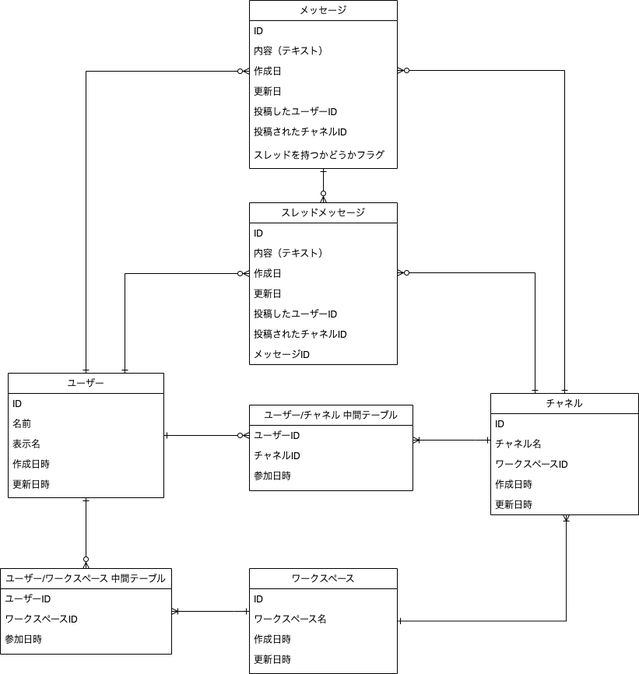
Above: db/db-modeling-2/DB2 Diagram.drawio.png in yuikoito/PrAhaChallenge (draw.io), before the change. Source tidied: cells renumbered, new cells last; positions are measured from the earlier drawing's top-left corner, leaving out a move shared by most shapes.
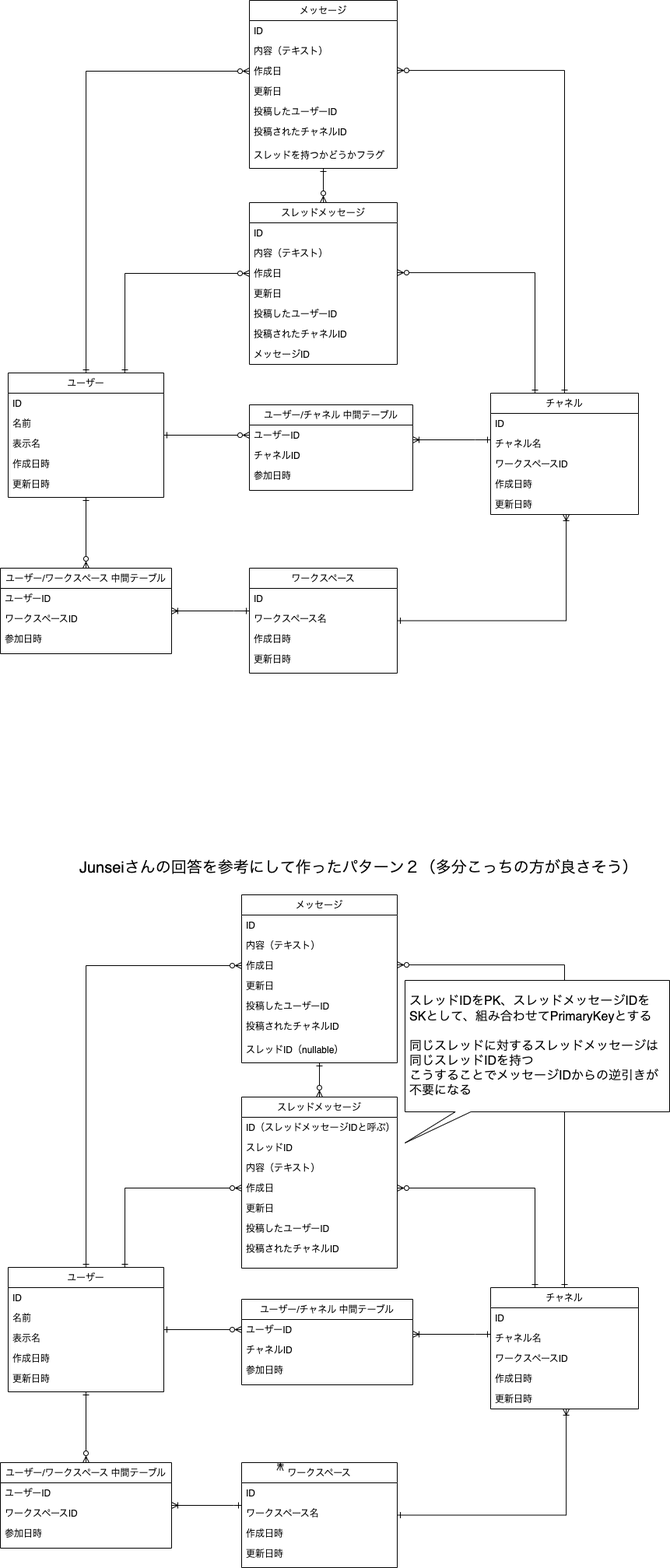
The same file after the commit.

Change to the diagram source:
```diff
@@ -177,5 +177,189 @@
     <mxCell id="52" value="参加日時" style="text;align=left;verticalAlign=top;spacingLeft=4;spacingRight=4;overflow=hidden;" parent="49" vertex="1">
       <mxGeometry y="78" width="220" height="26" as="geometry" />
     </mxCell>
+    <mxCell id="53" style="edgeStyle=orthogonalEdgeStyle;rounded=0;jettySize=auto;html=1;entryX=0;entryY=0.5;entryDx=0;entryDy=0;startArrow=ERone;startFill=0;endArrow=ERzeroToMany;endFill=0;" parent="1" edge="1" source="57" target="90">
+      <mxGeometry relative="1" as="geometry" />
+    </mxCell>
+    <mxCell id="54" style="edgeStyle=orthogonalEdgeStyle;rounded=0;jettySize=auto;html=1;entryX=0.5;entryY=0;entryDx=0;entryDy=0;startArrow=ERone;startFill=0;endArrow=ERzeroToMany;endFill=0;" parent="1" edge="1" source="57" target="100">
+      <mxGeometry relative="1" as="geometry" />
+    </mxCell>
+    <mxCell id="55" style="edgeStyle=orthogonalEdgeStyle;rounded=0;jettySize=auto;html=1;entryX=0;entryY=0.5;entryDx=0;entryDy=0;startArrow=ERone;startFill=0;endArrow=ERzeroToMany;endFill=0;" parent="1" edge="1" source="57" target="68">
+      <mxGeometry relative="1" as="geometry" />
+    </mxCell>
+    <mxCell id="56" style="edgeStyle=orthogonalEdgeStyle;rounded=0;jettySize=auto;html=1;exitX=0.75;exitY=0;exitDx=0;exitDy=0;entryX=0;entryY=0.5;entryDx=0;entryDy=0;startArrow=ERone;startFill=0;endArrow=ERzeroToMany;endFill=0;" parent="1" edge="1" source="57" target="78">
+      <mxGeometry relative="1" as="geometry" />
+    </mxCell>
+    <mxCell id="57" value="ユーザー" style="swimlane;fontStyle=0;align=center;verticalAlign=top;horizontal=1;startSize=26;rounded=0;shadow=0;strokeWidth=1;" parent="1" vertex="1">
+      <mxGeometry x="10" y="1629" width="200" height="160" as="geometry" />
+    </mxCell>
+    <mxCell id="58" value="ID" style="text;align=left;verticalAlign=top;spacingLeft=4;spacingRight=4;overflow=hidden;" parent="57" vertex="1">
+      <mxGeometry y="26" width="200" height="26" as="geometry" />
+    </mxCell>
+    <mxCell id="59" value="名前" style="text;align=left;verticalAlign=top;spacingLeft=4;spacingRight=4;overflow=hidden;rounded=0;shadow=0;html=0;" parent="57" vertex="1">
+      <mxGeometry y="52" width="200" height="26" as="geometry" />
+    </mxCell>
+    <mxCell id="60" value="表示名" style="text;align=left;verticalAlign=top;spacingLeft=4;spacingRight=4;overflow=hidden;rounded=0;shadow=0;html=0;" parent="57" vertex="1">
+      <mxGeometry y="78" width="200" height="26" as="geometry" />
+    </mxCell>
+    <mxCell id="61" value="作成日時&#10;" style="text;align=left;verticalAlign=top;spacingLeft=4;spacingRight=4;overflow=hidden;" parent="57" vertex="1">
+      <mxGeometry y="104" width="200" height="26" as="geometry" />
+    </mxCell>
+    <mxCell id="62" value="更新日時&#10;" style="text;align=left;verticalAlign=top;spacingLeft=4;spacingRight=4;overflow=hidden;" parent="57" vertex="1">
+      <mxGeometry y="130" width="200" height="26" as="geometry" />
+    </mxCell>
+    <mxCell id="63" style="edgeStyle=orthogonalEdgeStyle;rounded=0;jettySize=auto;html=1;entryX=0.5;entryY=0;entryDx=0;entryDy=0;startArrow=ERone;startFill=0;endArrow=ERzeroToMany;endFill=0;" parent="1" edge="1" source="65" target="74">
+      <mxGeometry relative="1" as="geometry" />
+    </mxCell>
+    <mxCell id="64" style="edgeStyle=orthogonalEdgeStyle;rounded=0;jettySize=auto;html=1;startArrow=ERzeroToMany;startFill=0;endArrow=ERone;endFill=0;" parent="1" edge="1" source="65" target="83">
+      <mxGeometry relative="1" as="geometry">
+        <Array as="points">
+          <mxPoint x="725" y="1240" />
+        </Array>
+      </mxGeometry>
+    </mxCell>
+    <mxCell id="65" value="メッセージ" style="swimlane;fontStyle=0;align=center;verticalAlign=top;horizontal=1;startSize=26;rounded=0;shadow=0;strokeWidth=1;" parent="1" vertex="1">
+      <mxGeometry x="310" y="1150" width="200" height="216" as="geometry" />
+    </mxCell>
+    <mxCell id="66" value="ID" style="text;align=left;verticalAlign=top;spacingLeft=4;spacingRight=4;overflow=hidden;" parent="65" vertex="1">
+      <mxGeometry y="26" width="200" height="26" as="geometry" />
+    </mxCell>
+    <mxCell id="67" value="内容（テキスト）" style="text;align=left;verticalAlign=top;spacingLeft=4;spacingRight=4;overflow=hidden;" parent="65" vertex="1">
+      <mxGeometry y="52" width="200" height="26" as="geometry" />
+    </mxCell>
+    <mxCell id="68" value="作成日" style="text;align=left;verticalAlign=top;spacingLeft=4;spacingRight=4;overflow=hidden;points=[[0,0.5],[1,0.5]];portConstraint=eastwest;rounded=0;shadow=0;html=0;" parent="65" vertex="1">
+      <mxGeometry y="78" width="200" height="26" as="geometry" />
+    </mxCell>
+    <mxCell id="69" value="更新日&#10;" style="text;align=left;verticalAlign=top;spacingLeft=4;spacingRight=4;overflow=hidden;rounded=0;shadow=0;html=0;" parent="65" vertex="1">
+      <mxGeometry y="104" width="200" height="26" as="geometry" />
+    </mxCell>
+    <mxCell id="70" value="投稿したユーザーID" style="text;align=left;verticalAlign=top;spacingLeft=4;spacingRight=4;overflow=hidden;" parent="65" vertex="1">
+      <mxGeometry y="130" width="200" height="26" as="geometry" />
+    </mxCell>
+    <mxCell id="71" value="投稿されたチャネルID" style="text;align=left;verticalAlign=top;spacingLeft=4;spacingRight=4;overflow=hidden;" parent="65" vertex="1">
+      <mxGeometry y="156" width="200" height="30" as="geometry" />
+    </mxCell>
+    <mxCell id="72" value="スレッドID（nullable）" style="text;align=left;verticalAlign=top;spacingLeft=4;spacingRight=4;overflow=hidden;" parent="65" vertex="1">
+      <mxGeometry y="186" width="200" height="30" as="geometry" />
+    </mxCell>
+    <mxCell id="73" style="edgeStyle=orthogonalEdgeStyle;rounded=0;jettySize=auto;html=1;entryX=0.3;entryY=0;entryDx=0;entryDy=0;entryPerimeter=0;startArrow=ERzeroToMany;startFill=0;endArrow=ERone;endFill=0;" parent="1" edge="1" source="74" target="83">
+      <mxGeometry relative="1" as="geometry">
+        <Array as="points">
+          <mxPoint x="687" y="1527" />
+        </Array>
+      </mxGeometry>
+    </mxCell>
+    <mxCell id="74" value="スレッドメッセージ" style="swimlane;fontStyle=0;align=center;verticalAlign=top;horizontal=1;startSize=26;rounded=0;shadow=0;strokeWidth=1;" parent="1" vertex="1">
+      <mxGeometry x="310" y="1410" width="200" height="220" as="geometry" />
+    </mxCell>
+    <mxCell id="75" value="ID（スレッドメッセージIDと呼ぶ）" style="text;align=left;verticalAlign=top;spacingLeft=4;spacingRight=4;overflow=hidden;" parent="74" vertex="1">
+      <mxGeometry y="26" width="200" height="26" as="geometry" />
+    </mxCell>
+    <mxCell id="76" value="スレッドID" style="text;align=left;verticalAlign=top;spacingLeft=4;spacingRight=4;overflow=hidden;" parent="74" vertex="1">
+      <mxGeometry y="52" width="200" height="26" as="geometry" />
+    </mxCell>
+    <mxCell id="77" value="内容（テキスト）" style="text;align=left;verticalAlign=top;spacingLeft=4;spacingRight=4;overflow=hidden;" parent="74" vertex="1">
+      <mxGeometry y="78" width="200" height="26" as="geometry" />
+    </mxCell>
+    <mxCell id="78" value="作成日" style="text;align=left;verticalAlign=top;spacingLeft=4;spacingRight=4;overflow=hidden;points=[[0,0.5],[1,0.5]];portConstraint=eastwest;rounded=0;shadow=0;html=0;" parent="74" vertex="1">
+      <mxGeometry y="104" width="200" height="26" as="geometry" />
+    </mxCell>
+    <mxCell id="79" value="更新日&#10;" style="text;align=left;verticalAlign=top;spacingLeft=4;spacingRight=4;overflow=hidden;rounded=0;shadow=0;html=0;" parent="74" vertex="1">
+      <mxGeometry y="130" width="200" height="26" as="geometry" />
+    </mxCell>
+    <mxCell id="80" value="投稿したユーザーID" style="text;align=left;verticalAlign=top;spacingLeft=4;spacingRight=4;overflow=hidden;" parent="74" vertex="1">
+      <mxGeometry y="156" width="200" height="26" as="geometry" />
+    </mxCell>
+    <mxCell id="81" value="投稿されたチャネルID" style="text;align=left;verticalAlign=top;spacingLeft=4;spacingRight=4;overflow=hidden;" parent="74" vertex="1">
+      <mxGeometry y="182" width="200" height="26" as="geometry" />
+    </mxCell>
+    <mxCell id="82" style="edgeStyle=orthogonalEdgeStyle;rounded=0;jettySize=auto;html=1;startArrow=ERone;startFill=0;endArrow=ERoneToMany;endFill=0;" parent="1" edge="1" source="83" target="89">
+      <mxGeometry relative="1" as="geometry">
+        <Array as="points">
+          <mxPoint x="610" y="1715" />
+          <mxPoint x="610" y="1715" />
+        </Array>
+      </mxGeometry>
+    </mxCell>
+    <mxCell id="83" value="チャネル" style="swimlane;fontStyle=0;align=center;verticalAlign=top;horizontal=1;startSize=26;rounded=0;shadow=0;strokeWidth=1;" parent="1" vertex="1">
+      <mxGeometry x="630" y="1655" width="190" height="156" as="geometry" />
+    </mxCell>
+    <mxCell id="84" value="ID" style="text;align=left;verticalAlign=top;spacingLeft=4;spacingRight=4;overflow=hidden;" parent="83" vertex="1">
+      <mxGeometry y="26" width="190" height="26" as="geometry" />
+    </mxCell>
+    <mxCell id="85" value="チャネル名" style="text;align=left;verticalAlign=top;spacingLeft=4;spacingRight=4;overflow=hidden;rounded=0;shadow=0;html=0;" parent="83" vertex="1">
+      <mxGeometry y="52" width="190" height="26" as="geometry" />
+    </mxCell>
+    <mxCell id="86" value="ワークスペースID" style="text;align=left;verticalAlign=top;spacingLeft=4;spacingRight=4;overflow=hidden;rounded=0;shadow=0;html=0;" parent="83" vertex="1">
+      <mxGeometry y="78" width="190" height="26" as="geometry" />
+    </mxCell>
+    <mxCell id="87" value="作成日時&#10;" style="text;align=left;verticalAlign=top;spacingLeft=4;spacingRight=4;overflow=hidden;" parent="83" vertex="1">
+      <mxGeometry y="104" width="190" height="26" as="geometry" />
+    </mxCell>
+    <mxCell id="88" value="更新日時&#10;" style="text;align=left;verticalAlign=top;spacingLeft=4;spacingRight=4;overflow=hidden;points=[[0,0.5],[1,0.5]];portConstraint=eastwest;" parent="83" vertex="1">
+      <mxGeometry y="130" width="190" height="26" as="geometry" />
+    </mxCell>
+    <mxCell id="89" value="ユーザー/チャネル 中間テーブル" style="swimlane;fontStyle=0;align=center;verticalAlign=top;horizontal=1;startSize=26;rounded=0;shadow=0;strokeWidth=1;" parent="1" vertex="1">
+      <mxGeometry x="310" y="1670" width="220" height="110" as="geometry" />
+    </mxCell>
+    <mxCell id="90" value="ユーザーID" style="text;align=left;verticalAlign=top;spacingLeft=4;spacingRight=4;overflow=hidden;points=[[0,0.5],[1,0.5]];portConstraint=eastwest;rounded=0;shadow=0;html=0;" parent="89" vertex="1">
+      <mxGeometry y="26" width="220" height="26" as="geometry" />
+    </mxCell>
+    <mxCell id="91" value="チャネルID" style="text;align=left;verticalAlign=top;spacingLeft=4;spacingRight=4;overflow=hidden;rounded=0;shadow=0;html=0;" parent="89" vertex="1">
+      <mxGeometry y="52" width="220" height="26" as="geometry" />
+    </mxCell>
+    <mxCell id="92" value="参加日時" style="text;align=left;verticalAlign=top;spacingLeft=4;spacingRight=4;overflow=hidden;" parent="89" vertex="1">
+      <mxGeometry y="78" width="220" height="26" as="geometry" />
+    </mxCell>
+    <mxCell id="93" style="edgeStyle=orthogonalEdgeStyle;rounded=0;jettySize=auto;html=1;entryX=0.511;entryY=1;entryDx=0;entryDy=0;entryPerimeter=0;startArrow=ERone;startFill=0;endArrow=ERoneToMany;endFill=0;" parent="1" edge="1" source="95" target="88">
+      <mxGeometry relative="1" as="geometry">
+        <Array as="points">
+          <mxPoint x="727" y="1948" />
+        </Array>
+      </mxGeometry>
+    </mxCell>
+    <mxCell id="94" style="edgeStyle=orthogonalEdgeStyle;rounded=0;jettySize=auto;html=1;endArrow=ERoneToMany;endFill=0;startArrow=ERone;startFill=0;" parent="1" edge="1" source="95" target="100">
+      <mxGeometry relative="1" as="geometry">
+        <Array as="points">
+          <mxPoint x="300" y="1935" />
+          <mxPoint x="300" y="1935" />
+        </Array>
+      </mxGeometry>
+    </mxCell>
+    <mxCell id="95" value="ワークスペース" style="swimlane;fontStyle=0;align=center;verticalAlign=top;horizontal=1;startSize=26;rounded=0;shadow=0;strokeWidth=1;" parent="1" vertex="1">
+      <mxGeometry x="310" y="1880" width="200" height="135" as="geometry" />
+    </mxCell>
+    <mxCell id="96" value="ID" style="text;align=left;verticalAlign=top;spacingLeft=4;spacingRight=4;overflow=hidden;" parent="95" vertex="1">
+      <mxGeometry y="26" width="200" height="26" as="geometry" />
+    </mxCell>
+    <mxCell id="97" value="ワークスペース名" style="text;align=left;verticalAlign=top;spacingLeft=4;spacingRight=4;overflow=hidden;rounded=0;shadow=0;html=0;" parent="95" vertex="1">
+      <mxGeometry y="52" width="200" height="26" as="geometry" />
+    </mxCell>
+    <mxCell id="98" value="作成日時&#10;" style="text;align=left;verticalAlign=top;spacingLeft=4;spacingRight=4;overflow=hidden;" parent="95" vertex="1">
+      <mxGeometry y="78" width="200" height="26" as="geometry" />
+    </mxCell>
+    <mxCell id="99" value="更新日時&#10;" style="text;align=left;verticalAlign=top;spacingLeft=4;spacingRight=4;overflow=hidden;" parent="95" vertex="1">
+      <mxGeometry y="104" width="200" height="26" as="geometry" />
+    </mxCell>
+    <mxCell id="100" value="ユーザー/ワークスペース 中間テーブル" style="swimlane;fontStyle=0;align=center;verticalAlign=top;horizontal=1;startSize=26;rounded=0;shadow=0;strokeWidth=1;" parent="1" vertex="1">
+      <mxGeometry y="1880" width="220" height="110" as="geometry" />
+    </mxCell>
+    <mxCell id="101" value="ユーザーID" style="text;align=left;verticalAlign=top;spacingLeft=4;spacingRight=4;overflow=hidden;rounded=0;shadow=0;html=0;" parent="100" vertex="1">
+      <mxGeometry y="26" width="220" height="26" as="geometry" />
+    </mxCell>
+    <mxCell id="102" value="ワークスペースID" style="text;align=left;verticalAlign=top;spacingLeft=4;spacingRight=4;overflow=hidden;rounded=0;shadow=0;html=0;" parent="100" vertex="1">
+      <mxGeometry y="52" width="220" height="26" as="geometry" />
+    </mxCell>
+    <mxCell id="103" value="参加日時" style="text;align=left;verticalAlign=top;spacingLeft=4;spacingRight=4;overflow=hidden;" parent="100" vertex="1">
+      <mxGeometry y="78" width="220" height="26" as="geometry" />
+    </mxCell>
+    <mxCell id="104" value="Junseiさんの回答を参考にして作ったパターン２（多分こっちの方が良さそう）" style="text;html=1;strokeColor=none;fillColor=none;align=left;verticalAlign=middle;whiteSpace=wrap;rounded=0;fontSize=20;" parent="1" vertex="1">
+      <mxGeometry x="100" y="1100" width="740" height="30" as="geometry" />
+    </mxCell>
+    <mxCell id="105" value="&lt;div style=&quot;text-align: left; font-size: 16px;&quot;&gt;&lt;font style=&quot;font-size: 16px;&quot;&gt;&lt;span style=&quot;background-color: initial;&quot;&gt;スレッドIDをPK、スレッドメッセージIDを&lt;/span&gt;&lt;span style=&quot;background-color: initial;&quot;&gt;SKとして、組み合わせてPrimaryKeyとする&lt;/span&gt;&lt;/font&gt;&lt;/div&gt;&lt;font style=&quot;font-size: 16px;&quot;&gt;&lt;div style=&quot;text-align: left;&quot;&gt;&lt;br&gt;&lt;/div&gt;&lt;div style=&quot;text-align: left;&quot;&gt;&lt;span style=&quot;background-color: initial;&quot;&gt;同じスレッドに対するスレッドメッセージは&lt;/span&gt;&lt;/div&gt;&lt;div style=&quot;text-align: left;&quot;&gt;&lt;span style=&quot;background-color: initial;&quot;&gt;同じスレッドIDを持つ&lt;/span&gt;&lt;/div&gt;&lt;div style=&quot;text-align: left;&quot;&gt;&lt;span style=&quot;background-color: initial;&quot;&gt;こうすることでメッセージIDからの逆引きが不要になる&lt;/span&gt;&lt;/div&gt;&lt;/font&gt;" style="shape=callout;whiteSpace=wrap;html=1;perimeter=calloutPerimeter;fontSize=20;position2=0;size=40;position=0.19;spacingTop=0;spacingLeft=5;spacingRight=3;" parent="1" vertex="1">
+      <mxGeometry x="520" y="1260" width="340" height="209" as="geometry" />
+    </mxCell>
+    <mxCell id="106" style="edgeStyle=orthogonalEdgeStyle;rounded=0;orthogonalLoop=1;jettySize=auto;html=1;exitX=0.25;exitY=0;exitDx=0;exitDy=0;entryX=0.247;entryY=0.074;entryDx=0;entryDy=0;entryPerimeter=0;fontSize=16;startArrow=ERone;startFill=0;endArrow=ERoneToMany;endFill=0;" parent="1" edge="1" source="95" target="95">
+      <mxGeometry relative="1" as="geometry" />
+    </mxCell>
   </root>
 </mxGraphModel>
```
